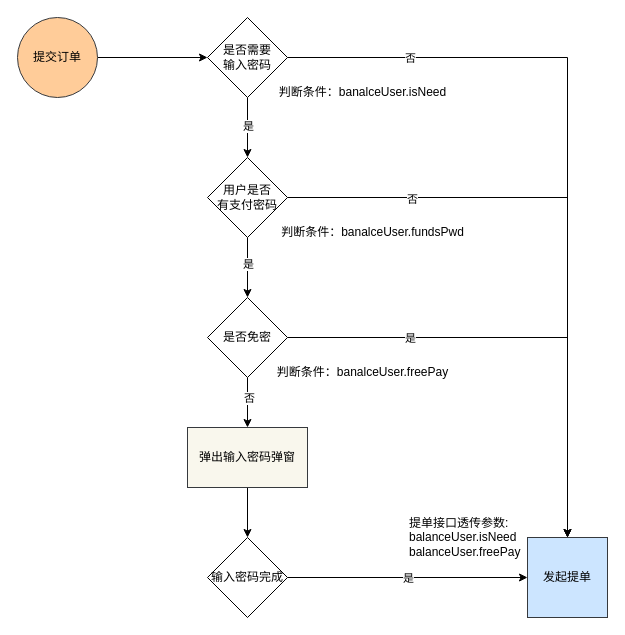
Before: 提单流程.drawio in baosiqing/draw, a draw.io diagram. Source tidied: cells renumbered, new cells numbered last; positions are measured from the earlier drawing's top-left corner, leaving out a move shared by most shapes. Both pictures are drawn from the tidied source at 100%, with x=0, y=0 at pixel (17, 17).
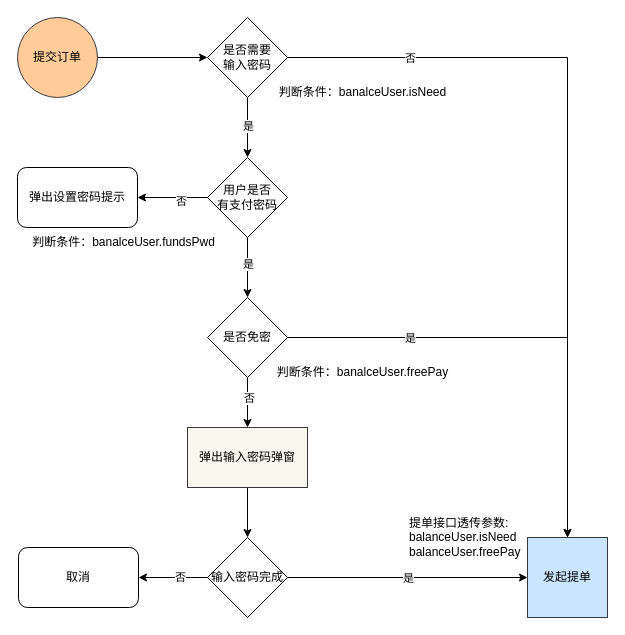
Above is the later version.

Commit message (it also covers changes not shown here):
更新提单流程.drawio

The change refers to these unchanged cells:
```xml
<mxCell id="16" value="用户是否&lt;br&gt;有支付密码" style="rhombus;whiteSpace=wrap;html=1;" parent="1" vertex="1">
  <mxGeometry x="190" y="140" width="80" height="80" as="geometry" />
</mxCell>
<mxCell id="21" value="输入密码完成" style="rhombus;whiteSpace=wrap;html=1;" parent="1" vertex="1">
  <mxGeometry x="190" y="520" width="80" height="80" as="geometry" />
</mxCell>
<mxCell id="22" value="发起提单" style="whiteSpace=wrap;html=1;fillColor=#cce5ff;strokeColor=#36393d;" parent="1" vertex="1">
  <mxGeometry x="510" y="520" width="80" height="80" as="geometry" />
</mxCell>
```

Diff of the diagram source:
```diff
@@
-    <mxCell id="14" style="edgeStyle=orthogonalEdgeStyle;rounded=0;jettySize=auto;html=1;exitX=1;exitY=0.5;exitDx=0;exitDy=0;entryX=0.5;entryY=0;entryDx=0;entryDy=0;" parent="1" edge="1" source="16" target="22">
-      <mxGeometry relative="1" as="geometry" />
-    </mxCell>
-    <mxCell id="15" value="否" style="edgeLabel;html=1;align=center;verticalAlign=middle;" parent="14" vertex="1">
-      <mxGeometry x="-0.6" y="-1" relative="1" as="geometry" />
-    </mxCell>
+    <mxCell id="29" style="edgeStyle=orthogonalEdgeStyle;rounded=0;jettySize=auto;html=1;exitX=0;exitY=0.5;exitDx=0;exitDy=0;entryX=1;entryY=0.5;entryDx=0;entryDy=0;" parent="1" edge="1" source="16" target="33">
+      <mxGeometry relative="1" as="geometry" />
+    </mxCell>
+    <mxCell id="30" value="否" style="edgeLabel;html=1;align=center;verticalAlign=middle;" parent="29" vertex="1">
+      <mxGeometry x="-0.23" y="3" relative="1" as="geometry" />
+    </mxCell>
@@
+    <mxCell id="31" style="edgeStyle=orthogonalEdgeStyle;rounded=0;jettySize=auto;html=1;exitX=0;exitY=0.5;exitDx=0;exitDy=0;entryX=1;entryY=0.5;entryDx=0;entryDy=0;" parent="1" edge="1" source="21" target="34">
+      <mxGeometry relative="1" as="geometry" />
+    </mxCell>
+    <mxCell id="32" value="否" style="edgeLabel;html=1;align=center;verticalAlign=middle;" parent="31" vertex="1">
+      <mxGeometry x="-0.19" y="-1" relative="1" as="geometry" />
+    </mxCell>
@@
     <mxCell id="25" value="判断条件：banalceUser.fundsPwd" style="text;html=1;align=center;verticalAlign=middle;strokeColor=none;fillColor=none;" parent="1" vertex="1">
-      <mxGeometry x="250" y="200" width="210" height="30" as="geometry" />
+      <mxGeometry x="1" y="210" width="210" height="30" as="geometry" />
     </mxCell>
@@
+    <mxCell id="33" value="弹出设置密码提示" style="rounded=1;whiteSpace=wrap;html=1;" parent="1" vertex="1">
+      <mxGeometry y="150" width="120" height="60" as="geometry" />
+    </mxCell>
+    <mxCell id="34" value="取消" style="rounded=1;whiteSpace=wrap;html=1;" parent="1" vertex="1">
+      <mxGeometry x="1" y="530" width="120" height="60" as="geometry" />
+    </mxCell>
```
